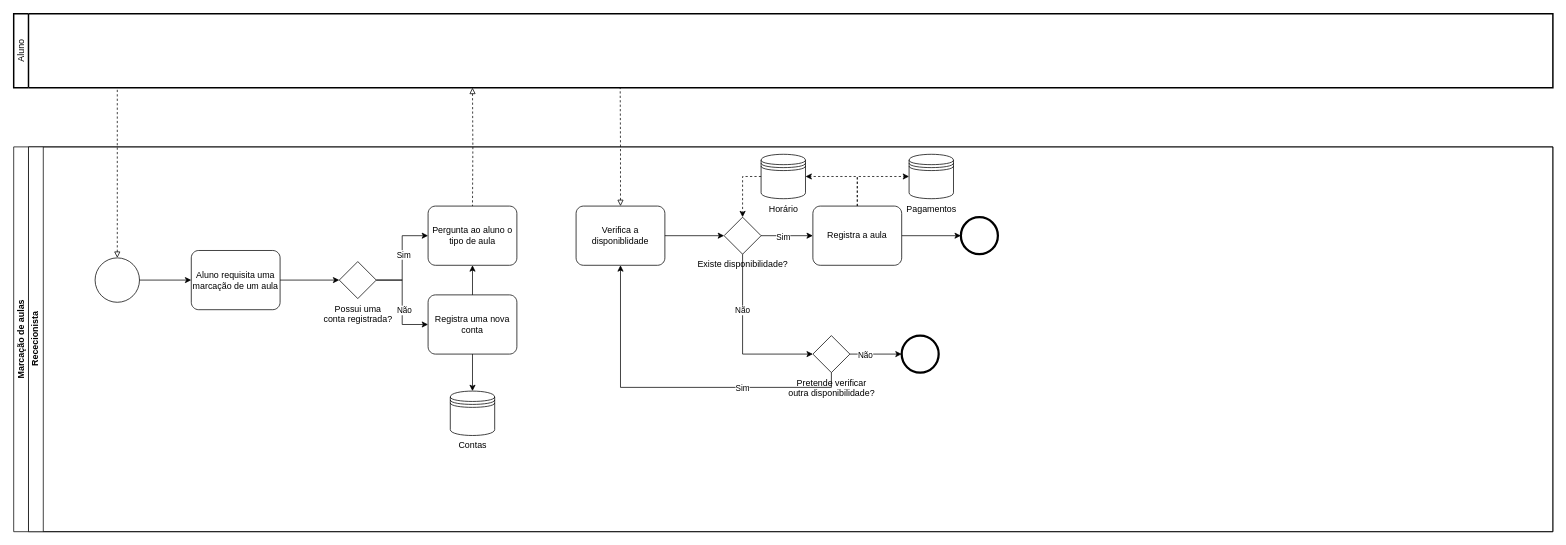
Leonardov5/draw.io keeps this draw.io diagram as projeto1_marcacao_de_aulas.drawio. Above is the earlier version. Source tidied: cells renumbered, new cells numbered last; positions are measured from the earlier drawing's top-left corner, leaving out a move shared by most shapes. Both pictures are drawn from the tidied source at 74%, with x=0, y=0 at pixel (13, 13).
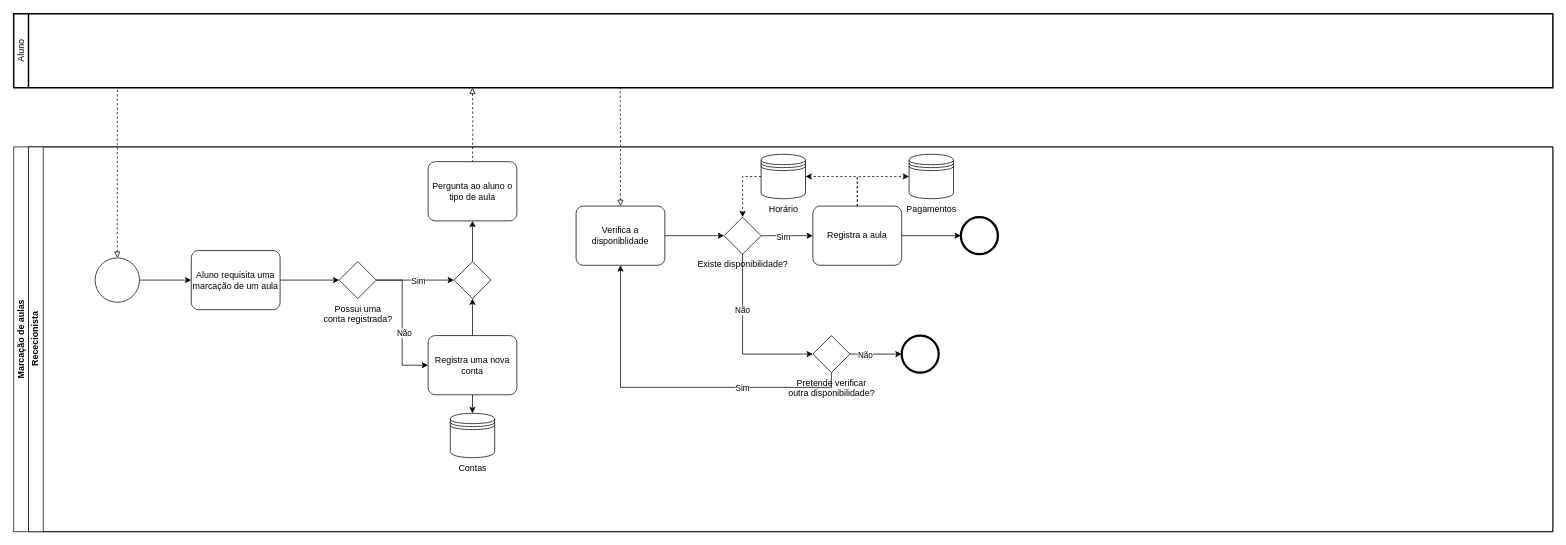
Above is the later version.

Unchanged cells that the change refers to:
```xml
<mxCell id="3" value="&lt;div&gt;Rececionista&lt;/div&gt;" style="swimlane;html=1;startSize=20;horizontal=0;" parent="2" vertex="1">
  <mxGeometry x="20" width="2060" height="520" as="geometry" />
</mxCell>
<mxCell id="8" value="Possui uma &lt;br&gt;conta registrada?" style="points=[[0.25,0.25,0],[0.5,0,0],[0.75,0.25,0],[1,0.5,0],[0.75,0.75,0],[0.5,1,0],[0.25,0.75,0],[0,0.5,0]];shape=mxgraph.bpmn.gateway2;html=1;verticalLabelPosition=bottom;labelBackgroundColor=#ffffff;verticalAlign=top;align=center;perimeter=rhombusPerimeter;outlineConnect=0;outline=none;symbol=none;" parent="3" vertex="1">
  <mxGeometry x="420" y="155" width="50" height="50" as="geometry" />
</mxCell>
```

What changed in the source:
```diff
@@
     <mxCell id="11" value="Registra uma nova conta" style="points=[[0.25,0,0],[0.5,0,0],[0.75,0,0],[1,0.25,0],[1,0.5,0],[1,0.75,0],[0.75,1,0],[0.5,1,0],[0.25,1,0],[0,0.75,0],[0,0.5,0],[0,0.25,0]];shape=mxgraph.bpmn.task;whiteSpace=wrap;rectStyle=rounded;size=10;html=1;taskMarker=abstract;" parent="3" vertex="1">
-      <mxGeometry x="540" y="200" width="120" height="80" as="geometry" />
+      <mxGeometry x="540" y="255" width="120" height="80" as="geometry" />
     </mxCell>
-    <mxCell id="12" style="edgeStyle=orthogonalEdgeStyle;rounded=0;jettySize=auto;html=1;exitX=1;exitY=0.5;exitDx=0;exitDy=0;exitPerimeter=0;entryX=0;entryY=0.5;entryDx=0;entryDy=0;entryPerimeter=0;" parent="3" edge="1" source="8" target="17">
+    <mxCell id="12" style="edgeStyle=orthogonalEdgeStyle;rounded=0;jettySize=auto;html=1;exitX=1;exitY=0.5;exitDx=0;exitDy=0;exitPerimeter=0;" parent="3" edge="1" source="8" target="43">
       <mxGeometry relative="1" as="geometry" />
     </mxCell>
@@
     <mxCell id="16" value="Contas" style="shape=datastore;html=1;labelPosition=center;verticalLabelPosition=bottom;align=center;verticalAlign=top;" parent="3" vertex="1">
-      <mxGeometry x="570" y="330" width="60" height="60" as="geometry" />
+      <mxGeometry x="570" y="360" width="60" height="60" as="geometry" />
     </mxCell>
     <mxCell id="17" value="Pergunta ao aluno o tipo de aula" style="points=[[0.25,0,0],[0.5,0,0],[0.75,0,0],[1,0.25,0],[1,0.5,0],[1,0.75,0],[0.75,1,0],[0.5,1,0],[0.25,1,0],[0,0.75,0],[0,0.5,0],[0,0.25,0]];shape=mxgraph.bpmn.task;whiteSpace=wrap;rectStyle=rounded;size=10;html=1;taskMarker=abstract;" parent="3" vertex="1">
-      <mxGeometry x="540" y="80" width="120" height="80" as="geometry" />
+      <mxGeometry x="540" y="20" width="120" height="80" as="geometry" />
     </mxCell>
@@
+    <mxCell id="43" style="points=[[0.25,0.25,0],[0.5,0,0],[0.75,0.25,0],[1,0.5,0],[0.75,0.75,0],[0.5,1,0],[0.25,0.75,0],[0,0.5,0]];shape=mxgraph.bpmn.gateway2;html=1;verticalLabelPosition=bottom;labelBackgroundColor=#ffffff;verticalAlign=top;align=center;perimeter=rhombusPerimeter;outlineConnect=0;outline=none;symbol=none;" parent="3" vertex="1">
+      <mxGeometry x="575" y="155" width="50" height="50" as="geometry" />
+    </mxCell>
-    <mxCell id="40" style="edgeStyle=orthogonalEdgeStyle;rounded=0;jettySize=auto;html=1;exitX=0.5;exitY=0;exitDx=0;exitDy=0;exitPerimeter=0;entryX=0.5;entryY=1;entryDx=0;entryDy=0;entryPerimeter=0;" parent="3" edge="1" source="11" target="17">
+    <mxCell id="40" style="edgeStyle=orthogonalEdgeStyle;rounded=0;jettySize=auto;html=1;exitX=0.5;exitY=0;exitDx=0;exitDy=0;exitPerimeter=0;entryX=0.5;entryY=1;entryDx=0;entryDy=0;entryPerimeter=0;" parent="3" edge="1" source="11" target="43">
       <mxGeometry relative="1" as="geometry" />
     </mxCell>
+    <mxCell id="44" style="edgeStyle=orthogonalEdgeStyle;rounded=0;jettySize=auto;html=1;entryX=0.5;entryY=1;entryDx=0;entryDy=0;entryPerimeter=0;" parent="3" edge="1" source="43" target="17">
+      <mxGeometry relative="1" as="geometry" />
+    </mxCell>
```
